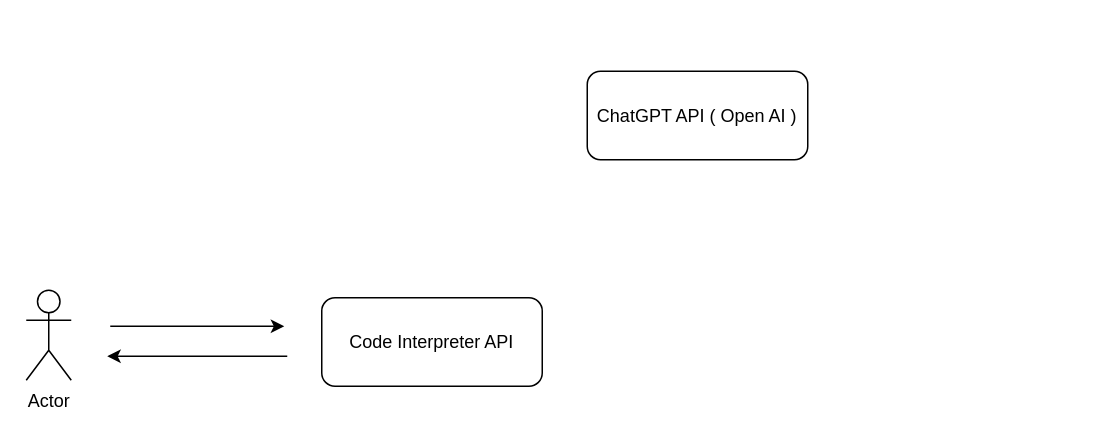
This is src/名称未設定ファイル.drawio from YadaYuki/news-rec-llm, a draw.io file, before an edit. Source tidied: cells renumbered, new cells numbered last; positions are measured from the earlier drawing's top-left corner, leaving out a move shared by most shapes. Both pictures are drawn from the tidied source at 150%, with x=0, y=0 at pixel (26, 70).
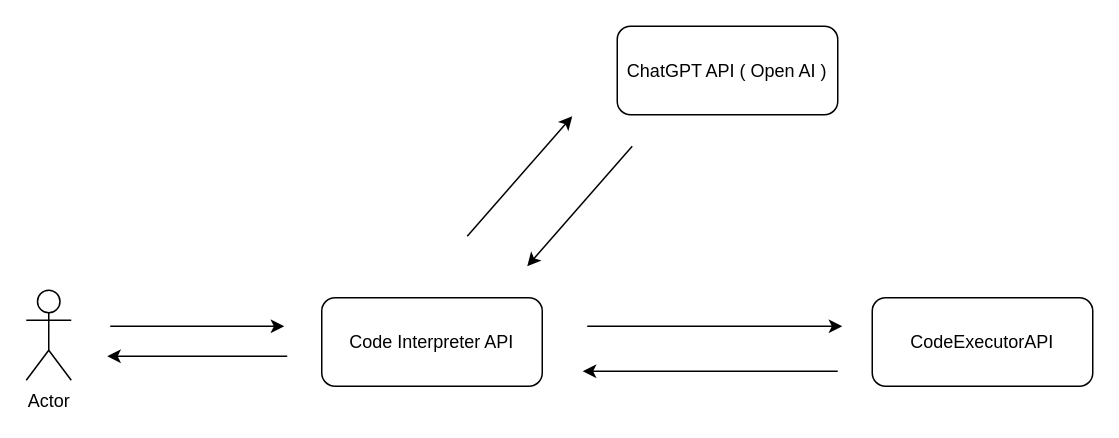
Above is the later version.

Commit message (it also covers changes not shown here):
名称未設定ファイル.drawio を更新します

What changed in the source:
```diff
@@
 <mxGraphModel>
   <root>
     <mxCell id="0" />
     <mxCell id="1" parent="0" />
     <mxCell id="2" value="&lt;font color=&quot;#000000&quot;&gt;Code Interpreter API&lt;/font&gt;" style="rounded=1;whiteSpace=wrap;html=1;fillColor=none;strokeColor=#000000;" parent="1" vertex="1">
       <mxGeometry x="197" y="151" width="147" height="59" as="geometry" />
     </mxCell>
     <mxCell id="3" value="Actor" style="shape=umlActor;verticalLabelPosition=bottom;verticalAlign=top;html=1;strokeColor=#000000;" parent="1" vertex="1">
       <mxGeometry y="146" width="30" height="60" as="geometry" />
     </mxCell>
     <mxCell id="4" style="endArrow=classic;html=1;fontColor=#000000;strokeColor=#000;" parent="1" edge="1">
       <mxGeometry relative="1" as="geometry">
         <mxPoint x="56" y="170" as="sourcePoint" />
         <mxPoint x="172" y="170" as="targetPoint" />
       </mxGeometry>
     </mxCell>
     <mxCell id="5" style="endArrow=classic;html=1;fontColor=#000000;strokeColor=#000;" parent="1" edge="1">
       <mxGeometry relative="1" as="geometry">
         <mxPoint x="174" y="190" as="sourcePoint" />
         <mxPoint x="54" y="190" as="targetPoint" />
       </mxGeometry>
     </mxCell>
     <mxCell id="6" value="&lt;font color=&quot;#000000&quot;&gt;ChatGPT API ( Open AI )&lt;/font&gt;" style="rounded=1;whiteSpace=wrap;html=1;fillColor=none;strokeColor=#000000;" parent="1" vertex="1">
-      <mxGeometry x="374" width="147" height="59" as="geometry" />
+      <mxGeometry x="394" y="-30" width="147" height="59" as="geometry" />
     </mxCell>
+    <mxCell id="7" style="endArrow=classic;html=1;fontColor=#000000;strokeColor=#000;" parent="1" edge="1">
+      <mxGeometry relative="1" as="geometry">
+        <mxPoint x="294" y="110" as="sourcePoint" />
+        <mxPoint x="364" y="30" as="targetPoint" />
+      </mxGeometry>
+    </mxCell>
+    <mxCell id="8" value="&lt;font color=&quot;#000000&quot;&gt;CodeExecutorAPI&lt;/font&gt;" style="rounded=1;whiteSpace=wrap;html=1;fillColor=none;strokeColor=#000000;" parent="1" vertex="1">
+      <mxGeometry x="564" y="151" width="147" height="59" as="geometry" />
+    </mxCell>
+    <mxCell id="9" style="endArrow=classic;html=1;fontColor=#000000;strokeColor=#000;" parent="1" edge="1">
+      <mxGeometry relative="1" as="geometry">
+        <mxPoint x="404" y="50" as="sourcePoint" />
+        <mxPoint x="334" y="130" as="targetPoint" />
+      </mxGeometry>
+    </mxCell>
+    <mxCell id="10" style="endArrow=classic;html=1;fontColor=#000000;strokeColor=#000;" parent="1" edge="1">
+      <mxGeometry relative="1" as="geometry">
+        <mxPoint x="374" y="170" as="sourcePoint" />
+        <mxPoint x="544" y="170" as="targetPoint" />
+      </mxGeometry>
+    </mxCell>
+    <mxCell id="11" style="endArrow=classic;html=1;fontColor=#000000;strokeColor=#000;" parent="1" edge="1">
+      <mxGeometry relative="1" as="geometry">
+        <mxPoint x="541" y="200" as="sourcePoint" />
+        <mxPoint x="371" y="200" as="targetPoint" />
+      </mxGeometry>
+    </mxCell>
   </root>
 </mxGraphModel>
```
